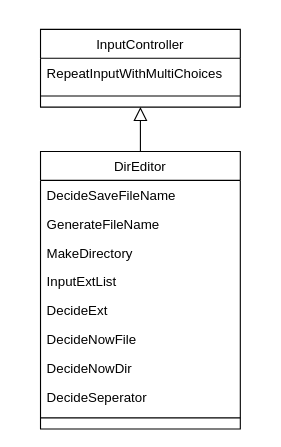
The draw.io diagram page "01_InputController" (2 of 7) of LandmasterLibrary/_Module_Diagram.drawio in landmaster135/pyclone-tornado, before the edit. Source tidied: cells renumbered, new cells numbered last; positions are measured from the earlier drawing's top-left corner, leaving out a move shared by most shapes. Both pictures are drawn from the tidied source at 111%, with x=0, y=0 at pixel (40, 29).
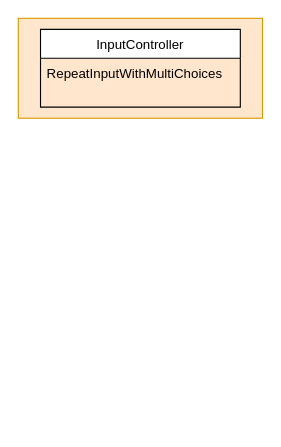
Above is the later version.

The edit, as a diff of the source:
```diff
@@
 <mxGraphModel>
   <root>
     <mxCell id="0" />
     <mxCell id="1" parent="0" />
-    <mxCell id="2" style="endArrow=block;endSize=10;endFill=0;shadow=0;strokeWidth=1;rounded=0;edgeStyle=elbowEdgeStyle;elbow=vertical;exitX=0.5;exitY=0;exitDx=0;exitDy=0;entryX=0.5;entryY=1;entryDx=0;entryDy=0;" parent="1" edge="1" source="3" target="13">
-      <mxGeometry relative="1" as="geometry" />
-    </mxCell>
-    <mxCell id="3" value="DirEditor" style="swimlane;fontStyle=0;align=center;verticalAlign=top;horizontal=1;startSize=26;rounded=0;shadow=0;strokeWidth=1;" parent="1" vertex="1">
-      <mxGeometry y="110" width="180" height="250" as="geometry" />
-    </mxCell>
-    <mxCell id="4" value="DecideSaveFileName" style="text;align=left;verticalAlign=top;spacingLeft=4;spacingRight=4;overflow=hidden;" parent="3" vertex="1">
-      <mxGeometry y="26" width="180" height="26" as="geometry" />
-    </mxCell>
-    <mxCell id="5" value="GenerateFileName" style="text;align=left;verticalAlign=top;spacingLeft=4;spacingRight=4;overflow=hidden;rounded=0;shadow=0;html=0;" parent="3" vertex="1">
-      <mxGeometry y="52" width="180" height="26" as="geometry" />
-    </mxCell>
-    <mxCell id="6" value="MakeDirectory" style="text;align=left;verticalAlign=top;spacingLeft=4;spacingRight=4;overflow=hidden;rounded=0;shadow=0;html=0;" parent="3" vertex="1">
-      <mxGeometry y="78" width="180" height="26" as="geometry" />
-    </mxCell>
-    <mxCell id="7" value="InputExtList" style="text;align=left;verticalAlign=top;spacingLeft=4;spacingRight=4;overflow=hidden;rounded=0;shadow=0;html=0;" parent="3" vertex="1">
-      <mxGeometry y="104" width="180" height="26" as="geometry" />
-    </mxCell>
-    <mxCell id="8" value="DecideExt" style="text;align=left;verticalAlign=top;spacingLeft=4;spacingRight=4;overflow=hidden;rounded=0;shadow=0;html=0;" parent="3" vertex="1">
-      <mxGeometry y="130" width="180" height="26" as="geometry" />
-    </mxCell>
-    <mxCell id="9" value="DecideNowFile" style="text;align=left;verticalAlign=top;spacingLeft=4;spacingRight=4;overflow=hidden;rounded=0;shadow=0;html=0;" parent="3" vertex="1">
-      <mxGeometry y="156" width="180" height="26" as="geometry" />
-    </mxCell>
-    <mxCell id="10" value="DecideNowDir" style="text;align=left;verticalAlign=top;spacingLeft=4;spacingRight=4;overflow=hidden;rounded=0;shadow=0;html=0;" parent="3" vertex="1">
-      <mxGeometry y="182" width="180" height="26" as="geometry" />
-    </mxCell>
-    <mxCell id="11" value="DecideSeperator" style="text;align=left;verticalAlign=top;spacingLeft=4;spacingRight=4;overflow=hidden;rounded=0;shadow=0;html=0;" parent="3" vertex="1">
-      <mxGeometry y="208" width="180" height="26" as="geometry" />
-    </mxCell>
-    <mxCell id="12" style="endArrow=none;html=1;" parent="3" edge="1">
-      <mxGeometry relative="1" as="geometry">
-        <mxPoint y="240" as="sourcePoint" />
-        <mxPoint x="180" y="240" as="targetPoint" />
-      </mxGeometry>
-    </mxCell>
+    <mxCell id="16" style="rounded=0;whiteSpace=wrap;html=1;fillColor=#ffe6cc;strokeColor=#d79b00;" parent="1" vertex="1">
+      <mxGeometry x="-20" y="-10" width="220" height="90" as="geometry" />
+    </mxCell>
     <mxCell id="13" value="InputController" style="swimlane;fontStyle=0;align=center;verticalAlign=top;horizontal=1;startSize=26;rounded=0;shadow=0;strokeWidth=1;" parent="1" vertex="1">
       <mxGeometry width="180" height="70" as="geometry" />
     </mxCell>
     <mxCell id="14" value="RepeatInputWithMultiChoices" style="text;align=left;verticalAlign=top;spacingLeft=4;spacingRight=4;overflow=hidden;" parent="13" vertex="1">
       <mxGeometry y="26" width="180" height="26" as="geometry" />
     </mxCell>
-    <mxCell id="15" style="endArrow=none;html=1;" parent="13" edge="1">
-      <mxGeometry relative="1" as="geometry">
-        <mxPoint y="60" as="sourcePoint" />
-        <mxPoint x="180" y="60" as="targetPoint" />
-      </mxGeometry>
-    </mxCell>
   </root>
 </mxGraphModel>
```
